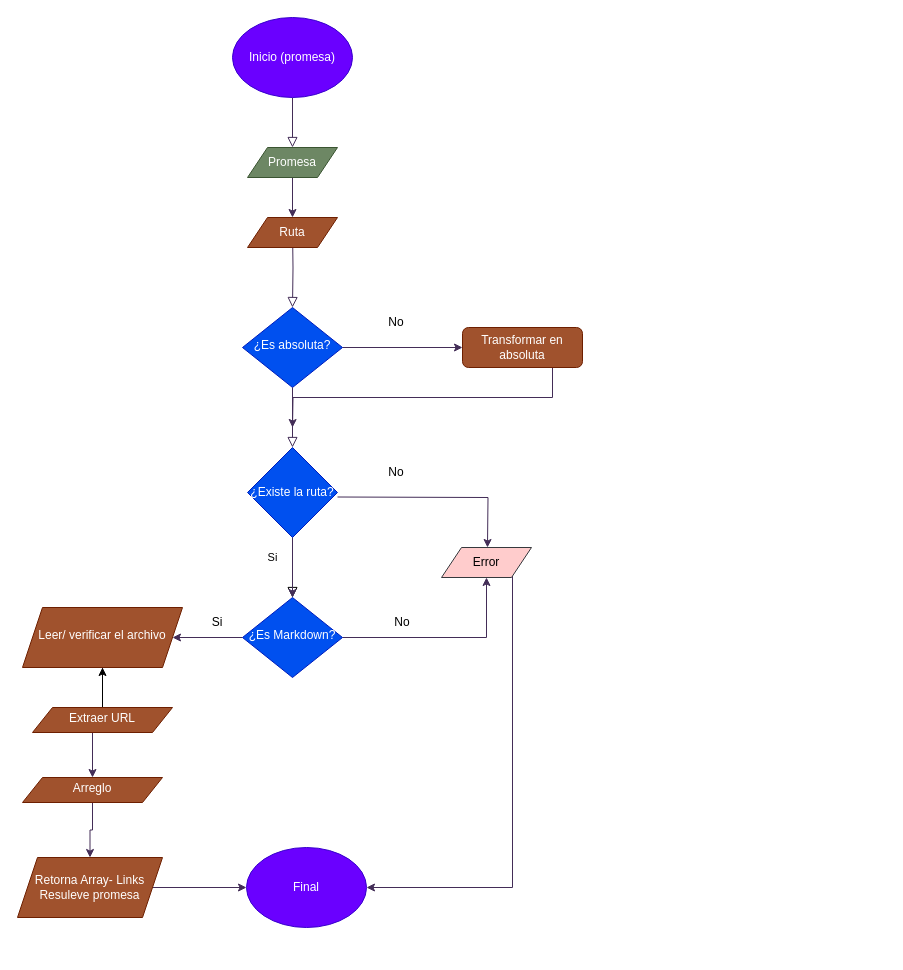
Before: Diagrama sin título.drawio in LorenaBarr/DEV010-md-links, a draw.io diagram. Source tidied: cells renumbered, new cells numbered last; positions are measured from the earlier drawing's top-left corner, leaving out a move shared by most shapes. Both pictures are drawn from the tidied source at 100%, with x=0, y=0 at pixel (17, 17).
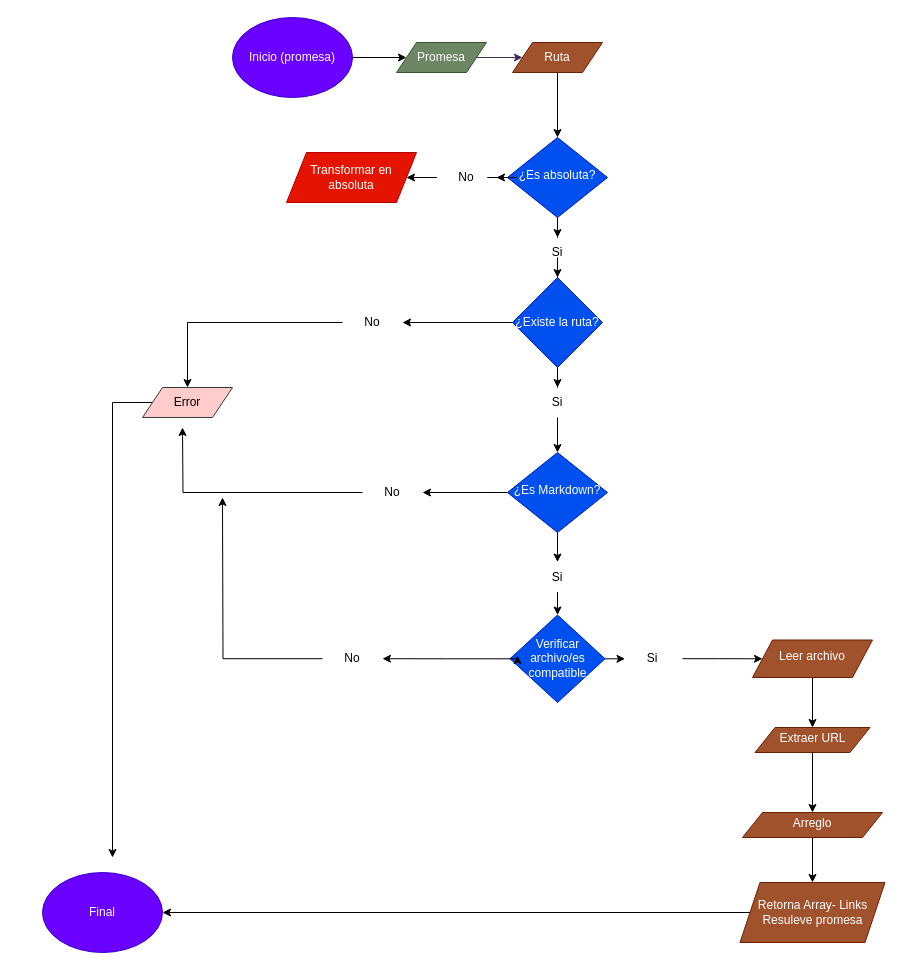
The same page after the edit.

Unchanged cells that the change refers to:
```xml
<mxCell id="17" value="Inicio (promesa)" style="ellipse;whiteSpace=wrap;html=1;fillColor=#6a00ff;strokeColor=#3700CC;fontColor=#ffffff;" parent="1" vertex="1">
  <mxGeometry x="215" width="120" height="80" as="geometry" />
</mxCell>
```

Diff of the diagram source:
```diff
@@
-    <mxCell id="2" style="rounded=0;html=1;jettySize=auto;orthogonalLoop=1;fontSize=11;endArrow=block;endFill=0;endSize=8;strokeWidth=1;shadow=0;labelBackgroundColor=none;edgeStyle=orthogonalEdgeStyle;fillColor=#76608a;strokeColor=#432D57;" parent="1" edge="1">
-      <mxGeometry relative="1" as="geometry">
-        <mxPoint x="275" y="80" as="sourcePoint" />
-        <mxPoint x="275" y="130" as="targetPoint" />
-      </mxGeometry>
-    </mxCell>
-    <mxCell id="3" style="rounded=0;html=1;jettySize=auto;fontSize=11;endArrow=block;endFill=0;endSize=8;strokeWidth=1;shadow=0;labelBackgroundColor=none;edgeStyle=orthogonalEdgeStyle;fillColor=#76608a;strokeColor=#432D57;" parent="1" edge="1" target="8">
-      <mxGeometry x="1" y="269" relative="1" as="geometry">
-        <mxPoint x="275" y="210" as="sourcePoint" />
-        <mxPoint x="-199" y="260" as="offset" />
-      </mxGeometry>
-    </mxCell>
-    <mxCell id="4" style="edgeStyle=orthogonalEdgeStyle;rounded=0;jettySize=auto;html=1;exitX=0.75;exitY=1;exitDx=0;exitDy=0;fillColor=#76608a;strokeColor=#432D57;" parent="1" edge="1" source="5">
-      <mxGeometry relative="1" as="geometry">
-        <mxPoint x="275" y="410" as="targetPoint" />
-      </mxGeometry>
-    </mxCell>
-    <mxCell id="5" value="Transformar en absoluta" style="rounded=1;whiteSpace=wrap;html=1;fontSize=12;glass=0;strokeWidth=1;shadow=0;fillColor=#a0522d;fontColor=#ffffff;strokeColor=#6D1F00;" parent="1" vertex="1">
-      <mxGeometry x="445" y="310" width="120" height="40" as="geometry" />
-    </mxCell>
-    <mxCell id="6" value="Si" style="rounded=0;html=1;jettySize=auto;fontSize=11;endArrow=block;endFill=0;endSize=8;strokeWidth=1;shadow=0;labelBackgroundColor=none;edgeStyle=orthogonalEdgeStyle;" parent="1" edge="1" source="32" target="12">
-      <mxGeometry x="-0.33" y="-20" relative="1" as="geometry" />
-    </mxCell>
-    <mxCell id="7" style="edgeStyle=orthogonalEdgeStyle;rounded=0;jettySize=auto;html=1;fillColor=#76608a;strokeColor=#432D57;" parent="1" edge="1" source="8" target="5">
-      <mxGeometry relative="1" as="geometry" />
-    </mxCell>
+    <mxCell id="35" style="edgeStyle=orthogonalEdgeStyle;rounded=0;jettySize=auto;html=1;" parent="1" edge="1" source="47" target="5">
+      <mxGeometry relative="1" as="geometry" />
+    </mxCell>
+    <mxCell id="36" style="edgeStyle=orthogonalEdgeStyle;rounded=0;jettySize=auto;html=1;" parent="1" edge="1" source="57" target="32">
+      <mxGeometry relative="1" as="geometry" />
+    </mxCell>
     <mxCell id="8" value="¿Es absoluta?" style="rhombus;whiteSpace=wrap;html=1;shadow=0;fontFamily=Helvetica;fontSize=12;align=center;strokeWidth=1;spacing=6;spacingTop=-4;fillColor=#0050ef;fontColor=#ffffff;strokeColor=#001DBC;" parent="1" vertex="1">
-      <mxGeometry x="225" y="290" width="100" height="80" as="geometry" />
+      <mxGeometry x="490" y="120" width="100" height="80" as="geometry" />
     </mxCell>
-    <mxCell id="9" style="edgeStyle=orthogonalEdgeStyle;rounded=0;orthogonalLoop=1;jettySize=auto;html=1;fillColor=#76608a;strokeColor=#432D57;" parent="1" edge="1">
-      <mxGeometry relative="1" as="geometry">
-        <mxPoint x="320" y="479.5" as="sourcePoint" />
-        <mxPoint x="470" y="530" as="targetPoint" />
-      </mxGeometry>
-    </mxCell>
-    <mxCell id="10" style="edgeStyle=orthogonalEdgeStyle;rounded=0;jettySize=auto;html=1;entryX=0.5;entryY=1;entryDx=0;entryDy=0;fillColor=#76608a;strokeColor=#432D57;" parent="1" edge="1" source="12" target="27">
-      <mxGeometry relative="1" as="geometry" />
-    </mxCell>
-    <mxCell id="11" style="edgeStyle=orthogonalEdgeStyle;rounded=0;jettySize=auto;html=1;fillColor=#76608a;strokeColor=#432D57;" parent="1" edge="1" source="12" target="14">
-      <mxGeometry relative="1" as="geometry" />
-    </mxCell>
+    <mxCell id="37" style="edgeStyle=orthogonalEdgeStyle;rounded=0;jettySize=auto;html=1;" parent="1" edge="1" source="12" target="55">
+      <mxGeometry relative="1" as="geometry" />
+    </mxCell>
+    <mxCell id="38" style="edgeStyle=orthogonalEdgeStyle;rounded=0;jettySize=auto;html=1;" parent="1" edge="1" source="61" target="52">
+      <mxGeometry relative="1" as="geometry" />
+    </mxCell>
     <mxCell id="12" value="¿Es Markdown?" style="rhombus;whiteSpace=wrap;html=1;shadow=0;fontFamily=Helvetica;fontSize=12;align=center;strokeWidth=1;spacing=6;spacingTop=-4;fillColor=#0050ef;fontColor=#ffffff;strokeColor=#001DBC;" parent="1" vertex="1">
-      <mxGeometry x="225" y="580" width="100" height="80" as="geometry" />
+      <mxGeometry x="490" y="435" width="100" height="80" as="geometry" />
     </mxCell>
-    <mxCell id="13" style="edgeStyle=orthogonalEdgeStyle;rounded=0;jettySize=auto;html=1;fillColor=#76608a;strokeColor=#432D57;" parent="1" edge="1" source="14" target="34">
-      <mxGeometry relative="1" as="geometry" />
-    </mxCell>
-    <mxCell id="14" value="Leer/ verificar el archivo" style="shape=parallelogram;perimeter=parallelogramPerimeter;whiteSpace=wrap;html=1;fixedSize=1;shadow=0;strokeWidth=1;spacing=6;spacingTop=-4;rounded=0;fillColor=#a0522d;fontColor=#ffffff;strokeColor=#6D1F00;" parent="1" vertex="1">
-      <mxGeometry x="5" y="590" width="160" height="60" as="geometry" />
-    </mxCell>
-    <mxCell id="15" style="edgeStyle=orthogonalEdgeStyle;rounded=0;jettySize=auto;html=1;fillColor=#76608a;strokeColor=#432D57;" parent="1" edge="1" source="16" target="19">
+    <mxCell id="15" style="edgeStyle=orthogonalEdgeStyle;rounded=0;jettySize=auto;html=1;entryX=1;entryY=0.5;entryDx=0;entryDy=0;" parent="1" edge="1" source="16" target="19">
       <mxGeometry relative="1" as="geometry" />
     </mxCell>
     <mxCell id="16" value="Retorna Array- Links&lt;br&gt;Resuleve promesa" style="shape=parallelogram;perimeter=parallelogramPerimeter;whiteSpace=wrap;html=1;fixedSize=1;fillColor=#a0522d;fontColor=#ffffff;strokeColor=#6D1F00;" parent="1" vertex="1">
-      <mxGeometry y="840" width="145" height="60" as="geometry" />
+      <mxGeometry x="722.5" y="865" width="145" height="60" as="geometry" />
     </mxCell>
+    <mxCell id="39" style="edgeStyle=orthogonalEdgeStyle;rounded=0;jettySize=auto;html=1;" parent="1" edge="1" source="17" target="21">
+      <mxGeometry relative="1" as="geometry" />
+    </mxCell>
@@
+    <mxCell id="40" style="edgeStyle=orthogonalEdgeStyle;rounded=0;jettySize=auto;html=1;" parent="1" edge="1" source="18" target="8">
+      <mxGeometry relative="1" as="geometry" />
+    </mxCell>
     <mxCell id="18" value="Ruta" style="shape=parallelogram;perimeter=parallelogramPerimeter;whiteSpace=wrap;html=1;fixedSize=1;fillColor=#a0522d;fontColor=#ffffff;strokeColor=#6D1F00;" parent="1" vertex="1">
-      <mxGeometry x="230" y="200" width="90" height="30" as="geometry" />
+      <mxGeometry x="495" y="25" width="90" height="30" as="geometry" />
     </mxCell>
     <mxCell id="19" value="Final" style="ellipse;whiteSpace=wrap;html=1;fillColor=#6a00ff;fontColor=#ffffff;strokeColor=#3700CC;" parent="1" vertex="1">
-      <mxGeometry x="229" y="830" width="120" height="80" as="geometry" />
+      <mxGeometry x="25" y="855" width="120" height="80" as="geometry" />
     </mxCell>
@@
     <mxCell id="21" value="Promesa" style="shape=parallelogram;perimeter=parallelogramPerimeter;whiteSpace=wrap;html=1;fixedSize=1;fillColor=#6d8764;fontColor=#ffffff;strokeColor=#3A5431;" parent="1" vertex="1">
-      <mxGeometry x="230" y="130" width="90" height="30" as="geometry" />
+      <mxGeometry x="379" y="25" width="90" height="30" as="geometry" />
     </mxCell>
-    <mxCell id="22" value="No" style="text;html=1;strokeColor=none;fillColor=none;align=center;verticalAlign=middle;whiteSpace=wrap;rounded=0;" parent="1" vertex="1">
-      <mxGeometry x="349" y="290" width="60" height="30" as="geometry" />
-    </mxCell>
-    <mxCell id="23" value="No" style="text;html=1;strokeColor=none;fillColor=none;align=center;verticalAlign=middle;whiteSpace=wrap;rounded=0;" parent="1" vertex="1">
-      <mxGeometry x="349" y="440" width="60" height="30" as="geometry" />
-    </mxCell>
-    <mxCell id="24" style="edgeStyle=orthogonalEdgeStyle;rounded=0;jettySize=auto;html=1;fillColor=#76608a;strokeColor=#432D57;" parent="1" edge="1" source="32" target="12">
-      <mxGeometry relative="1" as="geometry" />
-    </mxCell>
-    <mxCell id="25" value="Si" style="text;html=1;strokeColor=none;fillColor=none;align=center;verticalAlign=middle;whiteSpace=wrap;rounded=0;" parent="1" vertex="1">
-      <mxGeometry x="170" y="590" width="60" height="30" as="geometry" />
-    </mxCell>
-    <mxCell id="26" style="edgeStyle=orthogonalEdgeStyle;rounded=0;jettySize=auto;html=1;entryX=1;entryY=0.5;entryDx=0;entryDy=0;fillColor=#76608a;strokeColor=#432D57;" parent="1" edge="1" source="27" target="19">
-      <mxGeometry relative="1" as="geometry">
-        <Array as="points">
-          <mxPoint x="495" y="870" />
-        </Array>
-      </mxGeometry>
-    </mxCell>
+    <mxCell id="41" style="edgeStyle=orthogonalEdgeStyle;rounded=0;jettySize=auto;html=1;" parent="1" edge="1" source="27">
+      <mxGeometry relative="1" as="geometry">
+        <mxPoint x="95" y="840" as="targetPoint" />
+        <Array as="points">
+          <mxPoint x="95" y="385" />
+        </Array>
+      </mxGeometry>
+    </mxCell>
     <mxCell id="27" value="Error" style="shape=parallelogram;perimeter=parallelogramPerimeter;whiteSpace=wrap;html=1;fixedSize=1;fillColor=#ffcccc;strokeColor=#36393d;" parent="1" vertex="1">
-      <mxGeometry x="424" y="530" width="90" height="30" as="geometry" />
+      <mxGeometry x="125" y="370" width="90" height="30" as="geometry" />
     </mxCell>
-    <mxCell id="28" value="No" style="text;html=1;strokeColor=none;fillColor=none;align=center;verticalAlign=middle;whiteSpace=wrap;rounded=0;" parent="1" vertex="1">
-      <mxGeometry x="355" y="590" width="60" height="30" as="geometry" />
-    </mxCell>
-    <mxCell id="29" style="edgeStyle=orthogonalEdgeStyle;rounded=0;jettySize=auto;html=1;" parent="1" edge="1" source="30" target="14">
-      <mxGeometry relative="1" as="geometry" />
-    </mxCell>
+    <mxCell id="42" style="edgeStyle=orthogonalEdgeStyle;rounded=0;jettySize=auto;html=1;" parent="1" edge="1" source="30" target="34">
+      <mxGeometry relative="1" as="geometry" />
+    </mxCell>
     <mxCell id="30" value="Extraer URL" style="shape=parallelogram;perimeter=parallelogramPerimeter;whiteSpace=wrap;html=1;fixedSize=1;shadow=0;strokeWidth=1;spacing=6;spacingTop=-4;rounded=0;fillColor=#a0522d;fontColor=#ffffff;strokeColor=#6D1F00;" parent="1" vertex="1">
-      <mxGeometry x="15" y="690" width="140" height="25" as="geometry" />
+      <mxGeometry x="737.5" y="710" width="115" height="25" as="geometry" />
     </mxCell>
-    <mxCell id="31" style="rounded=0;html=1;jettySize=auto;fontSize=11;endArrow=block;endFill=0;endSize=8;strokeWidth=1;shadow=0;labelBackgroundColor=none;edgeStyle=orthogonalEdgeStyle;fillColor=#76608a;strokeColor=#432D57;" parent="1" edge="1" source="8" target="32">
-      <mxGeometry x="0.13" y="20" relative="1" as="geometry" />
-    </mxCell>
+    <mxCell id="43" style="edgeStyle=orthogonalEdgeStyle;rounded=0;jettySize=auto;html=1;entryX=1;entryY=0.5;entryDx=0;entryDy=0;" parent="1" edge="1" source="32" target="49">
+      <mxGeometry relative="1" as="geometry" />
+    </mxCell>
+    <mxCell id="44" style="edgeStyle=orthogonalEdgeStyle;rounded=0;jettySize=auto;html=1;" parent="1" edge="1" source="59" target="12">
+      <mxGeometry relative="1" as="geometry" />
+    </mxCell>
     <mxCell id="32" value="¿Existe la ruta?" style="rhombus;whiteSpace=wrap;html=1;fillColor=#0050ef;fontColor=#ffffff;strokeColor=#001DBC;" parent="1" vertex="1">
-      <mxGeometry x="230" y="430" width="90" height="90" as="geometry" />
+      <mxGeometry x="495" y="260" width="90" height="90" as="geometry" />
     </mxCell>
-    <mxCell id="33" style="edgeStyle=orthogonalEdgeStyle;rounded=0;jettySize=auto;html=1;fillColor=#76608a;strokeColor=#432D57;" parent="1" edge="1" source="34" target="16">
+    <mxCell id="33" style="edgeStyle=orthogonalEdgeStyle;rounded=0;jettySize=auto;html=1;" parent="1" edge="1" source="34" target="16">
       <mxGeometry relative="1" as="geometry" />
     </mxCell>
     <mxCell id="34" value="Arreglo" style="shape=parallelogram;perimeter=parallelogramPerimeter;whiteSpace=wrap;html=1;fixedSize=1;shadow=0;strokeWidth=1;spacing=6;spacingTop=-4;rounded=0;fillColor=#a0522d;fontColor=#ffffff;strokeColor=#6D1F00;" parent="1" vertex="1">
-      <mxGeometry x="5" y="760" width="140" height="25" as="geometry" />
+      <mxGeometry x="725" y="795" width="140" height="25" as="geometry" />
     </mxCell>
+    <mxCell id="45" style="edgeStyle=orthogonalEdgeStyle;rounded=0;jettySize=auto;html=1;" parent="1" edge="1" source="14" target="30">
+      <mxGeometry relative="1" as="geometry" />
+    </mxCell>
+    <mxCell id="14" value="Leer archivo" style="shape=parallelogram;perimeter=parallelogramPerimeter;whiteSpace=wrap;html=1;fixedSize=1;shadow=0;strokeWidth=1;spacing=6;spacingTop=-4;rounded=0;fillColor=#a0522d;fontColor=#ffffff;strokeColor=#6D1F00;" parent="1" vertex="1">
+      <mxGeometry x="735" y="622.5" width="120" height="37.5" as="geometry" />
+    </mxCell>
+    <mxCell id="5" value="Transformar en absoluta" style="shape=parallelogram;perimeter=parallelogramPerimeter;whiteSpace=wrap;html=1;fixedSize=1;fillColor=#e51400;fontColor=#ffffff;strokeColor=#B20000;" parent="1" vertex="1">
+      <mxGeometry x="269" y="135" width="130" height="50" as="geometry" />
+    </mxCell>
+    <mxCell id="46" style="edgeStyle=orthogonalEdgeStyle;rounded=0;jettySize=auto;html=1;" parent="1" edge="1" source="8" target="47">
+      <mxGeometry relative="1" as="geometry" />
+    </mxCell>
+    <mxCell id="47" value="No" style="text;html=1;strokeColor=none;fillColor=none;align=center;verticalAlign=middle;whiteSpace=wrap;rounded=0;" parent="1" vertex="1">
+      <mxGeometry x="419" y="145" width="60" height="30" as="geometry" />
+    </mxCell>
+    <mxCell id="48" style="edgeStyle=orthogonalEdgeStyle;rounded=0;jettySize=auto;html=1;entryX=0.5;entryY=0;entryDx=0;entryDy=0;" parent="1" edge="1" source="49" target="27">
+      <mxGeometry relative="1" as="geometry" />
+    </mxCell>
+    <mxCell id="49" value="No" style="text;html=1;strokeColor=none;fillColor=none;align=center;verticalAlign=middle;whiteSpace=wrap;rounded=0;" parent="1" vertex="1">
+      <mxGeometry x="325" y="290" width="60" height="30" as="geometry" />
+    </mxCell>
+    <mxCell id="50" style="edgeStyle=orthogonalEdgeStyle;rounded=0;jettySize=auto;html=1;" parent="1" edge="1" source="65" target="14">
+      <mxGeometry relative="1" as="geometry" />
+    </mxCell>
+    <mxCell id="51" style="edgeStyle=orthogonalEdgeStyle;rounded=0;jettySize=auto;html=1;" parent="1" edge="1" source="63">
+      <mxGeometry relative="1" as="geometry">
+        <mxPoint x="205" y="480" as="targetPoint" />
+      </mxGeometry>
+    </mxCell>
+    <mxCell id="52" value="Verificar archivo/es compatible" style="rhombus;whiteSpace=wrap;html=1;fillColor=#0050ef;fontColor=#ffffff;strokeColor=#001DBC;" parent="1" vertex="1">
+      <mxGeometry x="492.5" y="597.5" width="95" height="87.5" as="geometry" />
+    </mxCell>
+    <mxCell id="53" style="edgeStyle=orthogonalEdgeStyle;rounded=0;orthogonalLoop=1;jettySize=auto;html=1;exitX=0;exitY=0.5;exitDx=0;exitDy=0;entryX=0.079;entryY=0.463;entryDx=0;entryDy=0;entryPerimeter=0;" parent="1" edge="1" source="52" target="52">
+      <mxGeometry relative="1" as="geometry" />
+    </mxCell>
+    <mxCell id="54" style="edgeStyle=orthogonalEdgeStyle;rounded=0;jettySize=auto;html=1;" parent="1" edge="1" source="55">
+      <mxGeometry relative="1" as="geometry">
+        <mxPoint x="165" y="410" as="targetPoint" />
+      </mxGeometry>
+    </mxCell>
+    <mxCell id="55" value="No" style="text;html=1;strokeColor=none;fillColor=none;align=center;verticalAlign=middle;whiteSpace=wrap;rounded=0;" parent="1" vertex="1">
+      <mxGeometry x="345" y="460" width="60" height="30" as="geometry" />
+    </mxCell>
+    <mxCell id="56" style="edgeStyle=orthogonalEdgeStyle;rounded=0;jettySize=auto;html=1;" parent="1" edge="1" source="8" target="57">
+      <mxGeometry relative="1" as="geometry" />
+    </mxCell>
+    <mxCell id="57" value="Si" style="text;html=1;strokeColor=none;fillColor=none;align=center;verticalAlign=middle;whiteSpace=wrap;rounded=0;" parent="1" vertex="1">
+      <mxGeometry x="510" y="220" width="60" height="30" as="geometry" />
+    </mxCell>
+    <mxCell id="58" style="edgeStyle=orthogonalEdgeStyle;rounded=0;jettySize=auto;html=1;" parent="1" edge="1" source="32" target="59">
+      <mxGeometry relative="1" as="geometry" />
+    </mxCell>
+    <mxCell id="59" value="Si" style="text;html=1;strokeColor=none;fillColor=none;align=center;verticalAlign=middle;whiteSpace=wrap;rounded=0;" parent="1" vertex="1">
+      <mxGeometry x="510" y="370" width="60" height="30" as="geometry" />
+    </mxCell>
+    <mxCell id="60" style="edgeStyle=orthogonalEdgeStyle;rounded=0;jettySize=auto;html=1;" parent="1" edge="1" source="12" target="61">
+      <mxGeometry relative="1" as="geometry" />
+    </mxCell>
+    <mxCell id="61" value="Si" style="text;html=1;strokeColor=none;fillColor=none;align=center;verticalAlign=middle;whiteSpace=wrap;rounded=0;" parent="1" vertex="1">
+      <mxGeometry x="510" y="544.5" width="60" height="30" as="geometry" />
+    </mxCell>
+    <mxCell id="62" style="edgeStyle=orthogonalEdgeStyle;rounded=0;jettySize=auto;html=1;" parent="1" edge="1" source="52" target="63">
+      <mxGeometry relative="1" as="geometry" />
+    </mxCell>
+    <mxCell id="63" value="No" style="text;html=1;strokeColor=none;fillColor=none;align=center;verticalAlign=middle;whiteSpace=wrap;rounded=0;" parent="1" vertex="1">
+      <mxGeometry x="305" y="626.2" width="60" height="30" as="geometry" />
+    </mxCell>
+    <mxCell id="64" style="edgeStyle=orthogonalEdgeStyle;rounded=0;jettySize=auto;html=1;" parent="1" edge="1" source="52" target="65">
+      <mxGeometry relative="1" as="geometry" />
+    </mxCell>
+    <mxCell id="65" value="Si" style="text;html=1;strokeColor=none;fillColor=none;align=center;verticalAlign=middle;whiteSpace=wrap;rounded=0;" parent="1" vertex="1">
+      <mxGeometry x="605" y="626.2" width="60" height="30" as="geometry" />
+    </mxCell>
```
